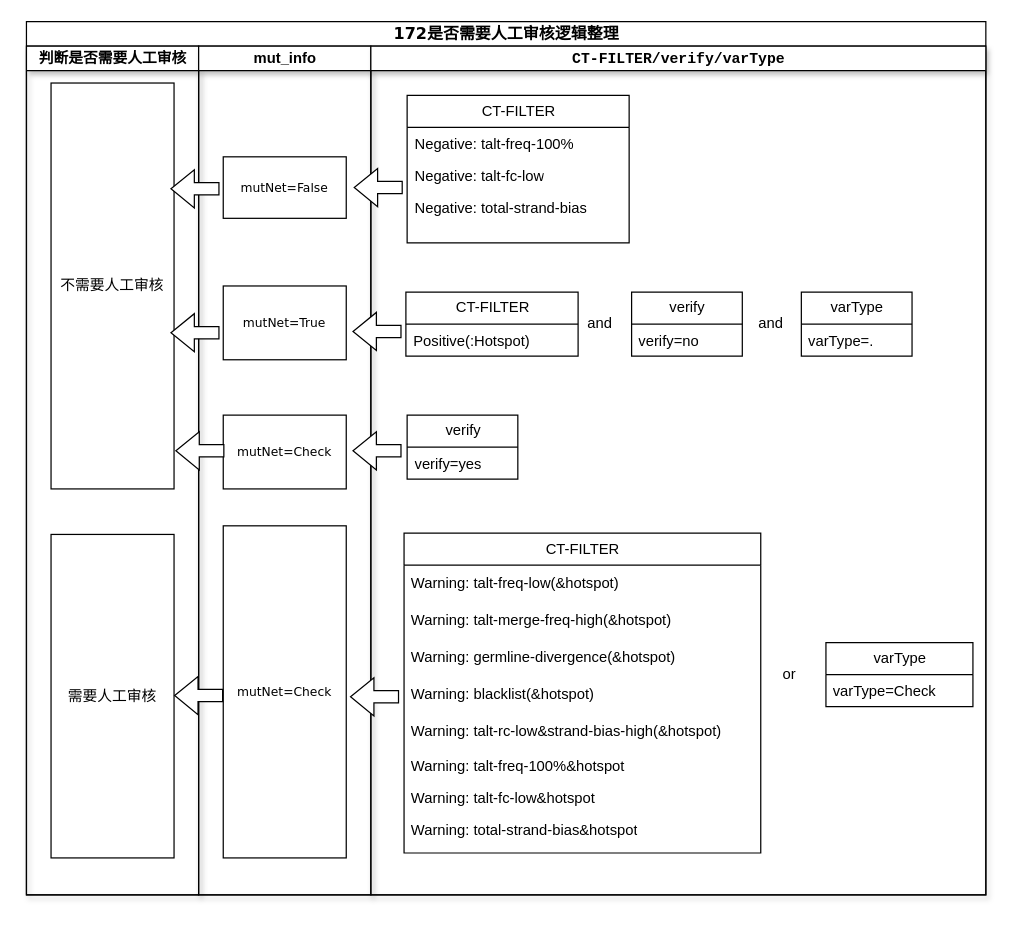
dingtian-genetronhealth/diagrams-genetron keeps this draw.io diagram as 172-0307 的副本.drawio. Above is the earlier version. Source tidied: cells renumbered, new cells numbered last; positions are measured from the earlier drawing's top-left corner, leaving out a move shared by most shapes. Both pictures are drawn from the tidied source at 123%, with x=0, y=0 at pixel (26, 21).
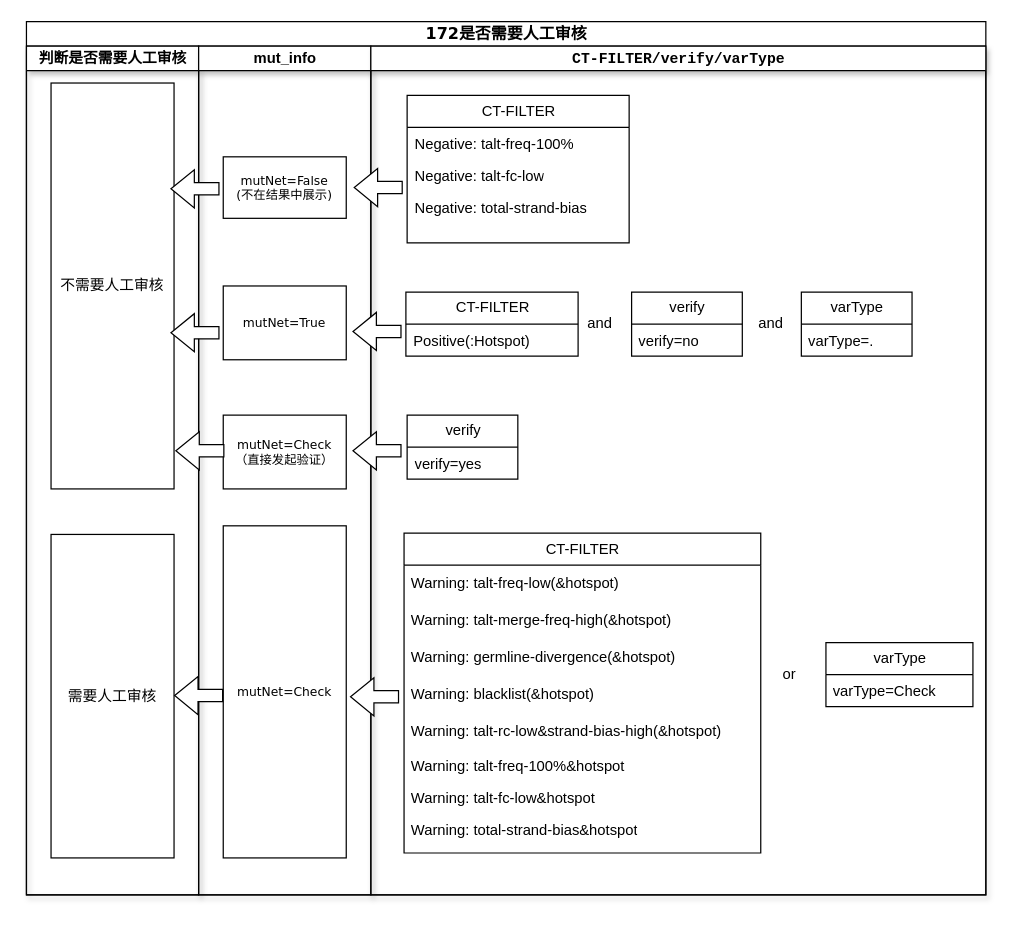
After the change.

Commit message:
更新172-0307 的副本.drawio

Unchanged cells that the change refers to:
```xml
<mxCell id="6" value="mut_info" style="swimlane;html=1;startSize=20;shadow=1;" parent="2" vertex="1">
  <mxGeometry x="140" y="20" width="140" height="690" as="geometry" />
</mxCell>
```

The edit, as a diff of the source:
```diff
@@
-    <mxCell id="2" value="&lt;font style=&quot;font-size: 13px;&quot;&gt;172是否需要人工审核逻辑整理&lt;/font&gt;" style="swimlane;html=1;startSize=20;rounded=0;shadow=0;labelBackgroundColor=none;strokeWidth=1;fontFamily=Verdana;fontSize=8;align=center;" parent="1" vertex="1">
+    <mxCell id="2" value="&lt;font style=&quot;font-size: 13px;&quot;&gt;172是否需要人工审核&lt;/font&gt;" style="swimlane;html=1;startSize=20;rounded=0;shadow=0;labelBackgroundColor=none;strokeWidth=1;fontFamily=Verdana;fontSize=8;align=center;" parent="1" vertex="1">
       <mxGeometry width="780" height="710" as="geometry" />
     </mxCell>
@@
-    <mxCell id="9" value="mutNet=False" style="rounded=0;whiteSpace=wrap;html=1;shadow=0;labelBackgroundColor=none;strokeWidth=1;fontFamily=Verdana;fontSize=10;align=center;strokeColor=default;fillColor=none;glass=1;" parent="6" vertex="1">
+    <mxCell id="9" value="mutNet=False&lt;br&gt;(不在结果中展示)" style="rounded=0;whiteSpace=wrap;html=1;shadow=0;labelBackgroundColor=none;strokeWidth=1;fontFamily=Verdana;fontSize=10;align=center;strokeColor=default;fillColor=none;glass=1;" parent="6" vertex="1">
       <mxGeometry x="20" y="90" width="100" height="50" as="geometry" />
     </mxCell>
-    <mxCell id="10" value="mutNet=Check" style="rounded=0;whiteSpace=wrap;html=1;shadow=0;labelBackgroundColor=none;strokeWidth=1;fontFamily=Verdana;fontSize=10;align=center;fillColor=none;glass=1;" parent="6" vertex="1">
+    <mxCell id="10" value="mutNet=Check&lt;br&gt;（直接发起验证）" style="rounded=0;whiteSpace=wrap;html=1;shadow=0;labelBackgroundColor=none;strokeWidth=1;fontFamily=Verdana;fontSize=10;align=center;fillColor=none;glass=1;" parent="6" vertex="1">
       <mxGeometry x="20" y="300" width="100" height="60" as="geometry" />
     </mxCell>
```
